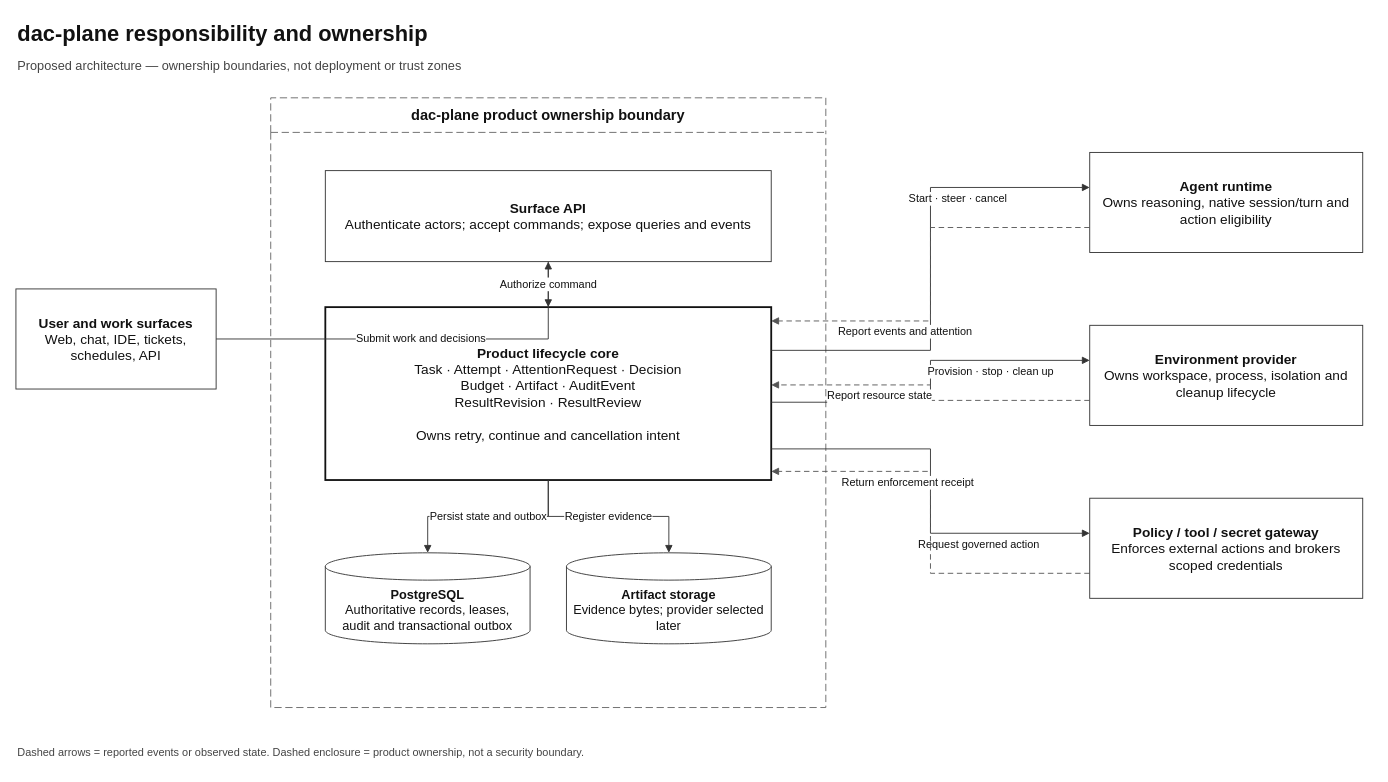
dac-plane/dac-plane keeps this draw.io diagram as docs/architecture/responsibility-map.drawio. Above is the earlier version. Source tidied: cells renumbered, new cells numbered last; positions are measured from the earlier drawing's top-left corner, leaving out a move shared by most shapes. Both pictures are drawn from the tidied source at 91%, with x=0, y=0 at pixel (15, 15).
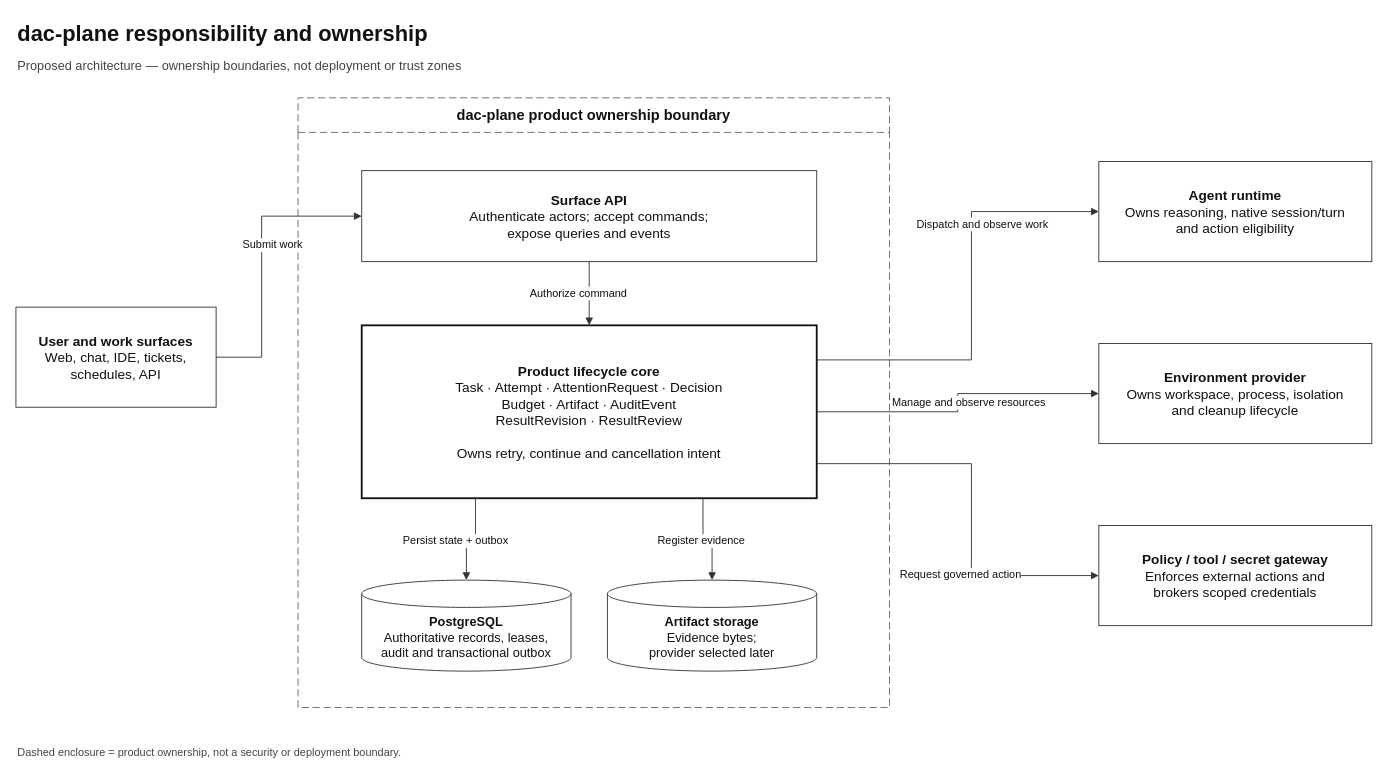
The same page after the edit.

Commit message (it also covers changes not shown here):
docs(architecture): select Go and improve diagram routing

The edit, as a diff of the source:
```diff
@@
-    <mxCell id="4" value="&lt;b&gt;User and work surfaces&lt;/b&gt;&lt;br&gt;Web, chat, IDE, tickets, schedules, API" style="rounded=0;whiteSpace=wrap;html=1;fillColor=#FFFFFF;strokeColor=#333333;fontColor=#111111;fontSize=15;spacing=10;" parent="1" vertex="1">
-      <mxGeometry y="300" width="220" height="110" as="geometry" />
+    <mxCell id="4" value="&lt;b&gt;User and work surfaces&lt;/b&gt;&lt;br&gt;Web, chat, IDE, tickets,&lt;br&gt;schedules, API" style="rounded=0;whiteSpace=wrap;html=1;fillColor=#FFFFFF;strokeColor=#333333;fontColor=#111111;fontSize=15;spacing=10;" parent="1" vertex="1">
+      <mxGeometry y="320" width="220" height="110" as="geometry" />
     </mxCell>
     <mxCell id="5" value="dac-plane product ownership boundary" style="swimlane;horizontal=1;startSize=38;rounded=0;whiteSpace=wrap;html=1;fillColor=#FFFFFF;strokeColor=#666666;fontColor=#111111;fontSize=16;fontStyle=1;dashed=1;dashPattern=8 4;" parent="1" vertex="1">
-      <mxGeometry x="280" y="90" width="610" height="670" as="geometry" />
+      <mxGeometry x="310" y="90" width="650" height="670" as="geometry" />
     </mxCell>
-    <mxCell id="6" value="&lt;b&gt;Surface API&lt;/b&gt;&lt;br&gt;Authenticate actors; accept commands; expose queries and events" style="rounded=0;whiteSpace=wrap;html=1;fillColor=#FFFFFF;strokeColor=#333333;fontColor=#111111;fontSize=15;spacing=10;" parent="1" vertex="1">
-      <mxGeometry x="340" y="170" width="490" height="100" as="geometry" />
+    <mxCell id="6" value="&lt;b&gt;Surface API&lt;/b&gt;&lt;br&gt;Authenticate actors; accept commands;&lt;br&gt;expose queries and events" style="rounded=0;whiteSpace=wrap;html=1;fillColor=#FFFFFF;strokeColor=#333333;fontColor=#111111;fontSize=15;spacing=10;" parent="1" vertex="1">
+      <mxGeometry x="380" y="170" width="500" height="100" as="geometry" />
     </mxCell>
     <mxCell id="7" value="&lt;b&gt;Product lifecycle core&lt;/b&gt;&lt;br&gt;Task · Attempt · AttentionRequest · Decision&lt;br&gt;Budget · Artifact · AuditEvent&lt;br&gt;ResultRevision · ResultReview&lt;br&gt;&lt;br&gt;Owns retry, continue and cancellation intent" style="rounded=0;whiteSpace=wrap;html=1;fillColor=#FFFFFF;strokeColor=#111111;strokeWidth=2;fontColor=#111111;fontSize=15;spacing=10;" parent="1" vertex="1">
-      <mxGeometry x="340" y="320" width="490" height="190" as="geometry" />
+      <mxGeometry x="380" y="340" width="500" height="190" as="geometry" />
     </mxCell>
-    <mxCell id="8" value="&lt;b&gt;PostgreSQL&lt;/b&gt;&lt;br&gt;Authoritative records, leases, audit and transactional outbox" style="shape=cylinder3;whiteSpace=wrap;html=1;boundedLbl=1;backgroundOutline=1;fillColor=#FFFFFF;strokeColor=#333333;fontColor=#111111;fontSize=14;spacing=8;" parent="1" vertex="1">
-      <mxGeometry x="340" y="590" width="225" height="100" as="geometry" />
+    <mxCell id="8" value="&lt;b&gt;PostgreSQL&lt;/b&gt;&lt;br&gt;Authoritative records, leases,&lt;br&gt;audit and transactional outbox" style="shape=cylinder3;whiteSpace=wrap;html=1;boundedLbl=1;backgroundOutline=1;fillColor=#FFFFFF;strokeColor=#333333;fontColor=#111111;fontSize=14;spacing=8;" parent="1" vertex="1">
+      <mxGeometry x="380" y="620" width="230" height="100" as="geometry" />
     </mxCell>
-    <mxCell id="9" value="&lt;b&gt;Artifact storage&lt;/b&gt;&lt;br&gt;Evidence bytes; provider selected later" style="shape=cylinder3;whiteSpace=wrap;html=1;boundedLbl=1;backgroundOutline=1;fillColor=#FFFFFF;strokeColor=#333333;fontColor=#111111;fontSize=14;spacing=8;" parent="1" vertex="1">
-      <mxGeometry x="605" y="590" width="225" height="100" as="geometry" />
+    <mxCell id="9" value="&lt;b&gt;Artifact storage&lt;/b&gt;&lt;br&gt;Evidence bytes;&lt;br&gt;provider selected later" style="shape=cylinder3;whiteSpace=wrap;html=1;boundedLbl=1;backgroundOutline=1;fillColor=#FFFFFF;strokeColor=#333333;fontColor=#111111;fontSize=14;spacing=8;" parent="1" vertex="1">
+      <mxGeometry x="650" y="620" width="230" height="100" as="geometry" />
     </mxCell>
-    <mxCell id="10" value="&lt;b&gt;Agent runtime&lt;/b&gt;&lt;br&gt;Owns reasoning, native session/turn and action eligibility" style="rounded=0;whiteSpace=wrap;html=1;fillColor=#FFFFFF;strokeColor=#333333;fontColor=#111111;fontSize=15;spacing=10;" parent="1" vertex="1">
-      <mxGeometry x="1180" y="150" width="300" height="110" as="geometry" />
+    <mxCell id="10" value="&lt;b&gt;Agent runtime&lt;/b&gt;&lt;br&gt;Owns reasoning, native session/turn&lt;br&gt;and action eligibility" style="rounded=0;whiteSpace=wrap;html=1;fillColor=#FFFFFF;strokeColor=#333333;fontColor=#111111;fontSize=15;spacing=10;" parent="1" vertex="1">
+      <mxGeometry x="1190" y="160" width="300" height="110" as="geometry" />
     </mxCell>
-    <mxCell id="11" value="&lt;b&gt;Environment provider&lt;/b&gt;&lt;br&gt;Owns workspace, process, isolation and cleanup lifecycle" style="rounded=0;whiteSpace=wrap;html=1;fillColor=#FFFFFF;strokeColor=#333333;fontColor=#111111;fontSize=15;spacing=10;" parent="1" vertex="1">
-      <mxGeometry x="1180" y="340" width="300" height="110" as="geometry" />
+    <mxCell id="11" value="&lt;b&gt;Environment provider&lt;/b&gt;&lt;br&gt;Owns workspace, process, isolation&lt;br&gt;and cleanup lifecycle" style="rounded=0;whiteSpace=wrap;html=1;fillColor=#FFFFFF;strokeColor=#333333;fontColor=#111111;fontSize=15;spacing=10;" parent="1" vertex="1">
+      <mxGeometry x="1190" y="360" width="300" height="110" as="geometry" />
     </mxCell>
-    <mxCell id="12" value="&lt;b&gt;Policy / tool / secret gateway&lt;/b&gt;&lt;br&gt;Enforces external actions and brokers scoped credentials" style="rounded=0;whiteSpace=wrap;html=1;fillColor=#FFFFFF;strokeColor=#333333;fontColor=#111111;fontSize=15;spacing=10;" parent="1" vertex="1">
-      <mxGeometry x="1180" y="530" width="300" height="110" as="geometry" />
+    <mxCell id="12" value="&lt;b&gt;Policy / tool / secret gateway&lt;/b&gt;&lt;br&gt;Enforces external actions and&lt;br&gt;brokers scoped credentials" style="rounded=0;whiteSpace=wrap;html=1;fillColor=#FFFFFF;strokeColor=#333333;fontColor=#111111;fontSize=15;spacing=10;" parent="1" vertex="1">
+      <mxGeometry x="1190" y="560" width="300" height="110" as="geometry" />
     </mxCell>
-    <mxCell id="13" value="Dashed arrows = reported events or observed state. Dashed enclosure = product ownership, not a security boundary." style="text;html=1;strokeColor=none;fillColor=none;align=left;verticalAlign=middle;fontSize=12;fontColor=#444444;" parent="1" vertex="1">
+    <mxCell id="13" value="Dashed enclosure = product ownership, not a security or deployment boundary." style="text;html=1;strokeColor=none;fillColor=none;align=left;verticalAlign=middle;fontSize=12;fontColor=#444444;" parent="1" vertex="1">
       <mxGeometry y="795" width="900" height="30" as="geometry" />
     </mxCell>
-    <mxCell id="14" value="Submit work and decisions" style="edgeStyle=orthogonalEdgeStyle;rounded=0;jettySize=auto;html=1;strokeColor=#333333;fontColor=#111111;fontSize=12;labelBackgroundColor=#FFFFFF;endArrow=block;endFill=1;" parent="1" edge="1" source="4" target="6">
-      <mxGeometry relative="1" as="geometry" />
+    <mxCell id="14" value="Submit work" style="edgeStyle=orthogonalEdgeStyle;rounded=0;jettySize=auto;html=1;strokeColor=#333333;fontColor=#111111;fontSize=12;labelBackgroundColor=#FFFFFF;endArrow=block;endFill=1;exitX=1;exitY=0.5;exitDx=0;exitDy=0;entryX=0;entryY=0.5;entryDx=0;entryDy=0;" parent="1" edge="1" source="4" target="6">
+      <mxGeometry x="0.1" y="-12" relative="1" as="geometry">
+        <Array as="points">
+          <mxPoint x="270" y="375" />
+          <mxPoint x="270" y="220" />
+        </Array>
+      </mxGeometry>
     </mxCell>
-    <mxCell id="15" value="Authorize command" style="edgeStyle=orthogonalEdgeStyle;rounded=0;jettySize=auto;html=1;strokeColor=#333333;fontColor=#111111;fontSize=12;labelBackgroundColor=#FFFFFF;endArrow=block;endFill=1;" parent="1" edge="1" source="6" target="7">
-      <mxGeometry relative="1" as="geometry" />
+    <mxCell id="15" value="Authorize command" style="edgeStyle=orthogonalEdgeStyle;rounded=0;jettySize=auto;html=1;strokeColor=#333333;fontColor=#111111;fontSize=12;labelBackgroundColor=#FFFFFF;endArrow=block;endFill=1;exitX=0.5;exitY=1;exitDx=0;exitDy=0;entryX=0.5;entryY=0;entryDx=0;entryDy=0;" parent="1" edge="1" source="6" target="7">
+      <mxGeometry y="-12" relative="1" as="geometry" />
     </mxCell>
-    <mxCell id="16" value="Persist state and outbox" style="edgeStyle=orthogonalEdgeStyle;rounded=0;jettySize=auto;html=1;strokeColor=#333333;fontColor=#111111;fontSize=12;labelBackgroundColor=#FFFFFF;endArrow=block;endFill=1;" parent="1" edge="1" source="7" target="8">
-      <mxGeometry relative="1" as="geometry" />
+    <mxCell id="16" value="Persist state + outbox" style="edgeStyle=orthogonalEdgeStyle;rounded=0;jettySize=auto;html=1;strokeColor=#333333;fontColor=#111111;fontSize=12;labelBackgroundColor=#FFFFFF;endArrow=block;endFill=1;exitX=0.25;exitY=1;exitDx=0;exitDy=0;entryX=0.5;entryY=0;entryDx=0;entryDy=0;" parent="1" edge="1" source="7" target="8">
+      <mxGeometry x="0.15" y="-12" relative="1" as="geometry" />
     </mxCell>
-    <mxCell id="17" value="Register evidence" style="edgeStyle=orthogonalEdgeStyle;rounded=0;jettySize=auto;html=1;strokeColor=#333333;fontColor=#111111;fontSize=12;labelBackgroundColor=#FFFFFF;endArrow=block;endFill=1;" parent="1" edge="1" source="7" target="9">
-      <mxGeometry relative="1" as="geometry" />
+    <mxCell id="17" value="Register evidence" style="edgeStyle=orthogonalEdgeStyle;rounded=0;jettySize=auto;html=1;strokeColor=#333333;fontColor=#111111;fontSize=12;labelBackgroundColor=#FFFFFF;endArrow=block;endFill=1;exitX=0.75;exitY=1;exitDx=0;exitDy=0;entryX=0.5;entryY=0;entryDx=0;entryDy=0;" parent="1" edge="1" source="7" target="9">
+      <mxGeometry x="0.15" y="-12" relative="1" as="geometry" />
     </mxCell>
-    <mxCell id="18" value="Start · steer · cancel" style="edgeStyle=orthogonalEdgeStyle;rounded=0;jettySize=auto;html=1;strokeColor=#333333;fontColor=#111111;fontSize=12;labelBackgroundColor=#FFFFFF;endArrow=block;endFill=1;exitX=1;exitY=0.25;exitDx=0;exitDy=0;entryX=0;entryY=0.35;entryDx=0;entryDy=0;" parent="1" edge="1" source="7" target="10">
-      <mxGeometry x="0.45" y="-12" relative="1" as="geometry" />
+    <mxCell id="18" value="Dispatch and observe work" style="edgeStyle=orthogonalEdgeStyle;rounded=0;jettySize=auto;html=1;strokeColor=#333333;fontColor=#111111;fontSize=12;labelBackgroundColor=#FFFFFF;endArrow=block;endFill=1;exitX=1;exitY=0.2;exitDx=0;exitDy=0;entryX=0;entryY=0.5;entryDx=0;entryDy=0;" parent="1" edge="1" source="7" target="10">
+      <mxGeometry x="0.35" y="-12" relative="1" as="geometry">
+        <Array as="points">
+          <mxPoint x="1050" y="378" />
+          <mxPoint x="1050" y="215" />
+        </Array>
+      </mxGeometry>
     </mxCell>
-    <mxCell id="19" value="Report events and attention" style="edgeStyle=orthogonalEdgeStyle;rounded=0;jettySize=auto;html=1;strokeColor=#555555;dashed=1;dashPattern=6 4;fontColor=#111111;fontSize=12;labelBackgroundColor=#FFFFFF;endArrow=block;endFill=1;exitX=0;exitY=0.75;exitDx=0;exitDy=0;entryX=1;entryY=0.08;entryDx=0;entryDy=0;" parent="1" edge="1" source="10" target="7">
-      <mxGeometry x="0.35" y="12" relative="1" as="geometry" />
-    </mxCell>
-    <mxCell id="20" value="Provision · stop · clean up" style="edgeStyle=orthogonalEdgeStyle;rounded=0;jettySize=auto;html=1;strokeColor=#333333;fontColor=#111111;fontSize=12;labelBackgroundColor=#FFFFFF;endArrow=block;endFill=1;exitX=1;exitY=0.55;exitDx=0;exitDy=0;entryX=0;entryY=0.35;entryDx=0;entryDy=0;" parent="1" edge="1" source="7" target="11">
-      <mxGeometry x="0.45" y="-12" relative="1" as="geometry" />
+    <mxCell id="20" value="Manage and observe resources" style="edgeStyle=orthogonalEdgeStyle;rounded=0;jettySize=auto;html=1;strokeColor=#333333;fontColor=#111111;fontSize=12;labelBackgroundColor=#FFFFFF;endArrow=block;endFill=1;exitX=1;exitY=0.5;exitDx=0;exitDy=0;entryX=0;entryY=0.5;entryDx=0;entryDy=0;" parent="1" edge="1" source="7" target="11">
+      <mxGeometry y="-12" relative="1" as="geometry" />
     </mxCell>
-    <mxCell id="21" value="Report resource state" style="edgeStyle=orthogonalEdgeStyle;rounded=0;jettySize=auto;html=1;strokeColor=#555555;dashed=1;dashPattern=6 4;fontColor=#111111;fontSize=12;labelBackgroundColor=#FFFFFF;endArrow=block;endFill=1;exitX=0;exitY=0.75;exitDx=0;exitDy=0;entryX=1;entryY=0.45;entryDx=0;entryDy=0;" parent="1" edge="1" source="11" target="7">
-      <mxGeometry x="0.35" y="12" relative="1" as="geometry" />
-    </mxCell>
-    <mxCell id="22" value="Request governed action" style="edgeStyle=orthogonalEdgeStyle;rounded=0;jettySize=auto;html=1;strokeColor=#333333;fontColor=#111111;fontSize=12;labelBackgroundColor=#FFFFFF;endArrow=block;endFill=1;exitX=1;exitY=0.82;exitDx=0;exitDy=0;entryX=0;entryY=0.35;entryDx=0;entryDy=0;" parent="1" edge="1" source="7" target="12">
-      <mxGeometry x="0.45" y="-12" relative="1" as="geometry" />
+    <mxCell id="22" value="Request governed action" style="edgeStyle=orthogonalEdgeStyle;rounded=0;jettySize=auto;html=1;strokeColor=#333333;fontColor=#111111;fontSize=12;labelBackgroundColor=#FFFFFF;endArrow=block;endFill=1;exitX=1;exitY=0.8;exitDx=0;exitDy=0;entryX=0;entryY=0.5;entryDx=0;entryDy=0;" parent="1" edge="1" source="7" target="12">
+      <mxGeometry x="0.35" y="-12" relative="1" as="geometry">
+        <Array as="points">
+          <mxPoint x="1050" y="492" />
+          <mxPoint x="1050" y="615" />
+        </Array>
+      </mxGeometry>
     </mxCell>
-    <mxCell id="23" value="Return enforcement receipt" style="edgeStyle=orthogonalEdgeStyle;rounded=0;jettySize=auto;html=1;strokeColor=#555555;dashed=1;dashPattern=6 4;fontColor=#111111;fontSize=12;labelBackgroundColor=#FFFFFF;endArrow=block;endFill=1;exitX=0;exitY=0.75;exitDx=0;exitDy=0;entryX=1;entryY=0.95;entryDx=0;entryDy=0;" parent="1" edge="1" source="12" target="7">
-      <mxGeometry x="0.35" y="12" relative="1" as="geometry" />
-    </mxCell>
```
